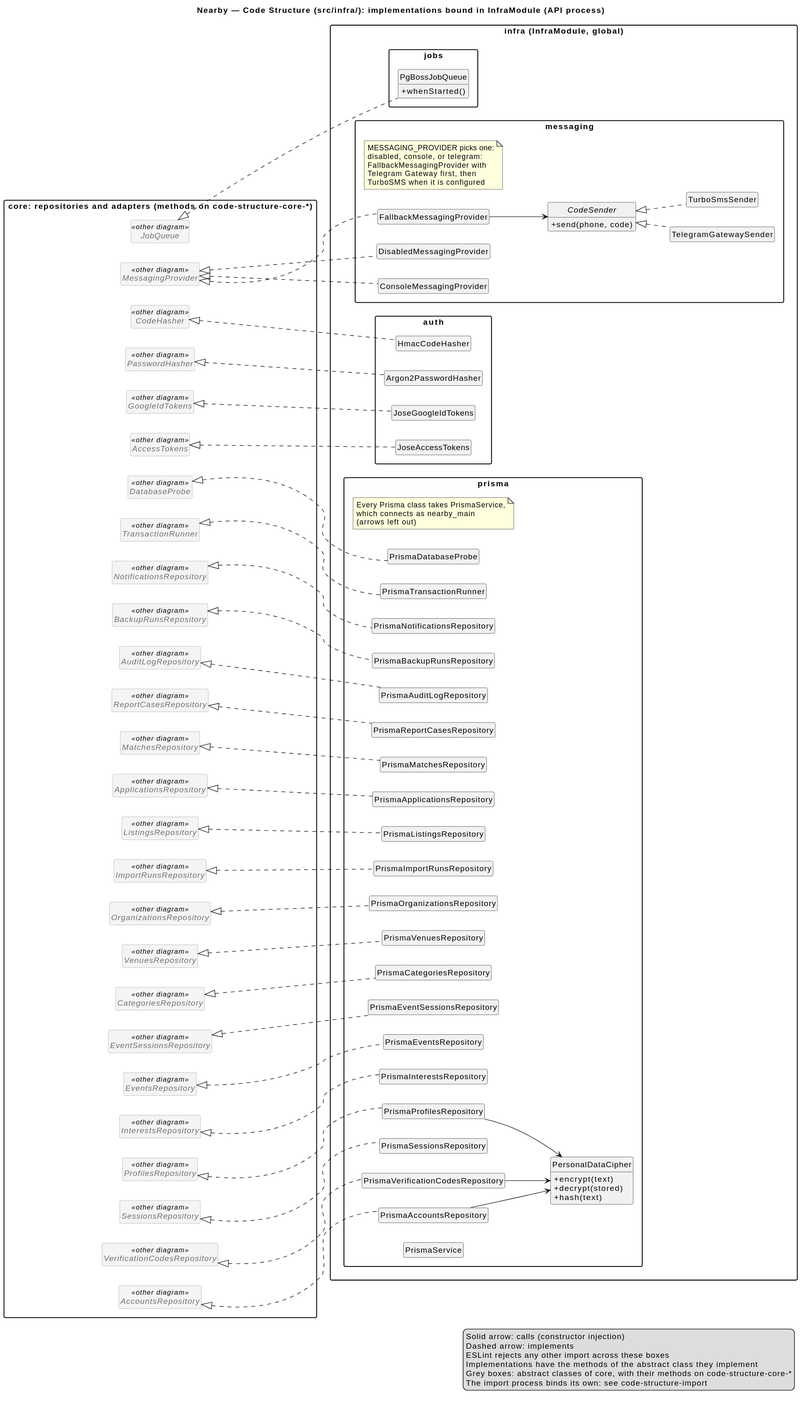
Above: docs/architecture/uml/rendered/code-structure-infra.svg in ukma-fin-ssdm-2026/pun-intended-team (PlantUML), before the change.
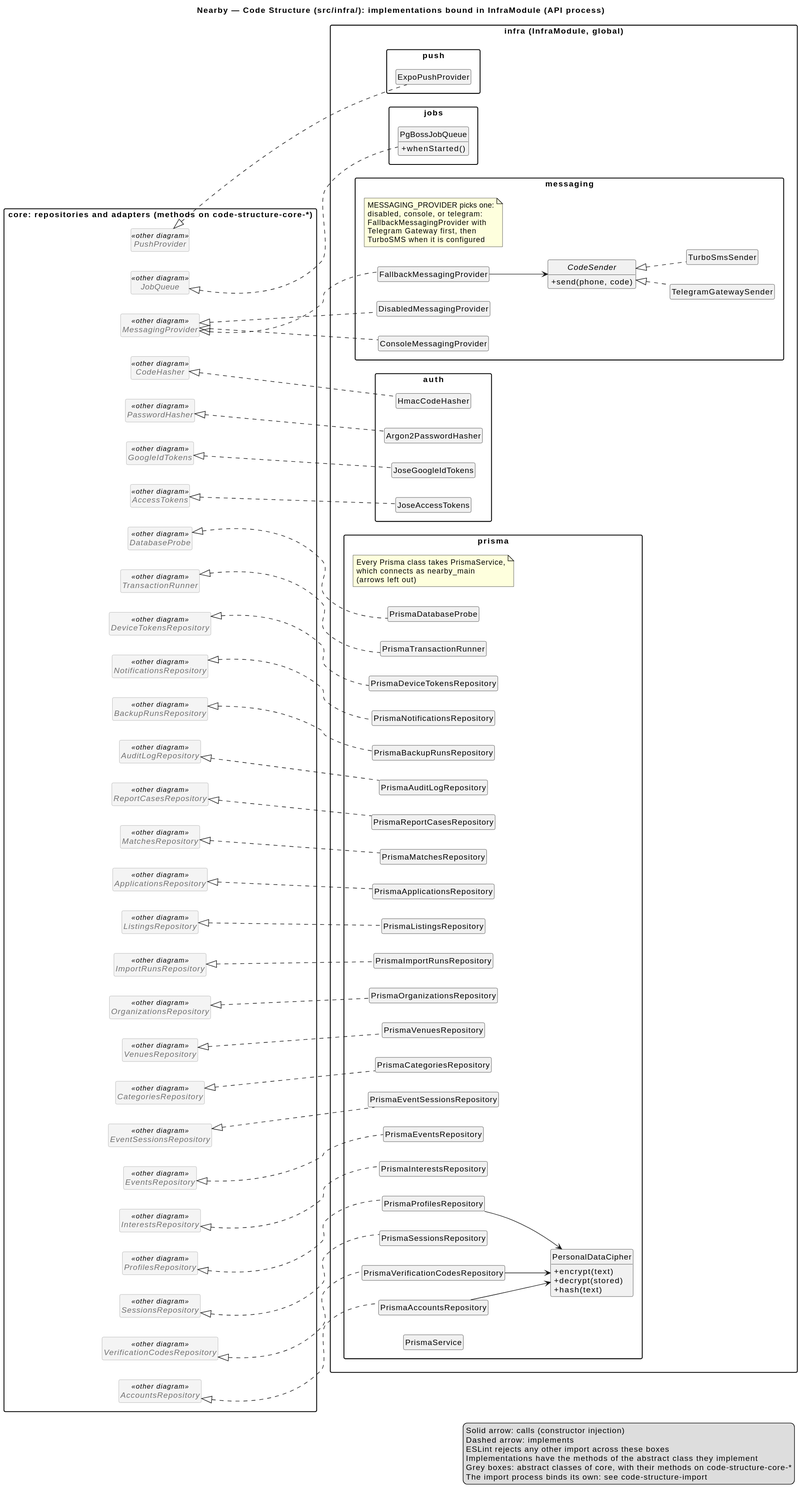
After the change.

What changed in the source:
```diff
@@ -32,6 +32,7 @@
   abstract class AuditLogRepository <<other diagram>>
   abstract class BackupRunsRepository <<other diagram>>
   abstract class NotificationsRepository <<other diagram>>
+  abstract class DeviceTokensRepository <<other diagram>>
   abstract class TransactionRunner <<other diagram>>
   abstract class DatabaseProbe <<other diagram>>
   abstract class AccessTokens <<other diagram>>
@@ -40,6 +41,7 @@
   abstract class CodeHasher <<other diagram>>
   abstract class MessagingProvider <<other diagram>>
   abstract class JobQueue <<other diagram>>
+  abstract class PushProvider <<other diagram>>
 }
 
 package "infra (InfraModule, global)" as INFRA {
@@ -68,6 +70,7 @@
     class PrismaAuditLogRepository
     class PrismaBackupRunsRepository
     class PrismaNotificationsRepository
+    class PrismaDeviceTokensRepository
     class PrismaTransactionRunner
     class PrismaDatabaseProbe
     note as PRISMA_NOTE
@@ -99,6 +102,9 @@
       TurboSMS when it is configured
     end note
   }
+  package push {
+    class ExpoPushProvider
+  }
   package jobs {
     class PgBossJobQueue {
       +whenStarted()
@@ -124,6 +130,7 @@
 AuditLogRepository <|.. PrismaAuditLogRepository
 BackupRunsRepository <|.. PrismaBackupRunsRepository
 NotificationsRepository <|.. PrismaNotificationsRepository
+DeviceTokensRepository <|.. PrismaDeviceTokensRepository
 TransactionRunner <|.. PrismaTransactionRunner
 DatabaseProbe <|.. PrismaDatabaseProbe
 AccessTokens <|.. JoseAccessTokens
@@ -134,6 +141,7 @@
 MessagingProvider <|.. DisabledMessagingProvider
 MessagingProvider <|.. FallbackMessagingProvider
 JobQueue <|.. PgBossJobQueue
+PushProvider <|.. ExpoPushProvider
 
 PrismaAccountsRepository --> PersonalDataCipher
 PrismaProfilesRepository --> PersonalDataCipher
```
